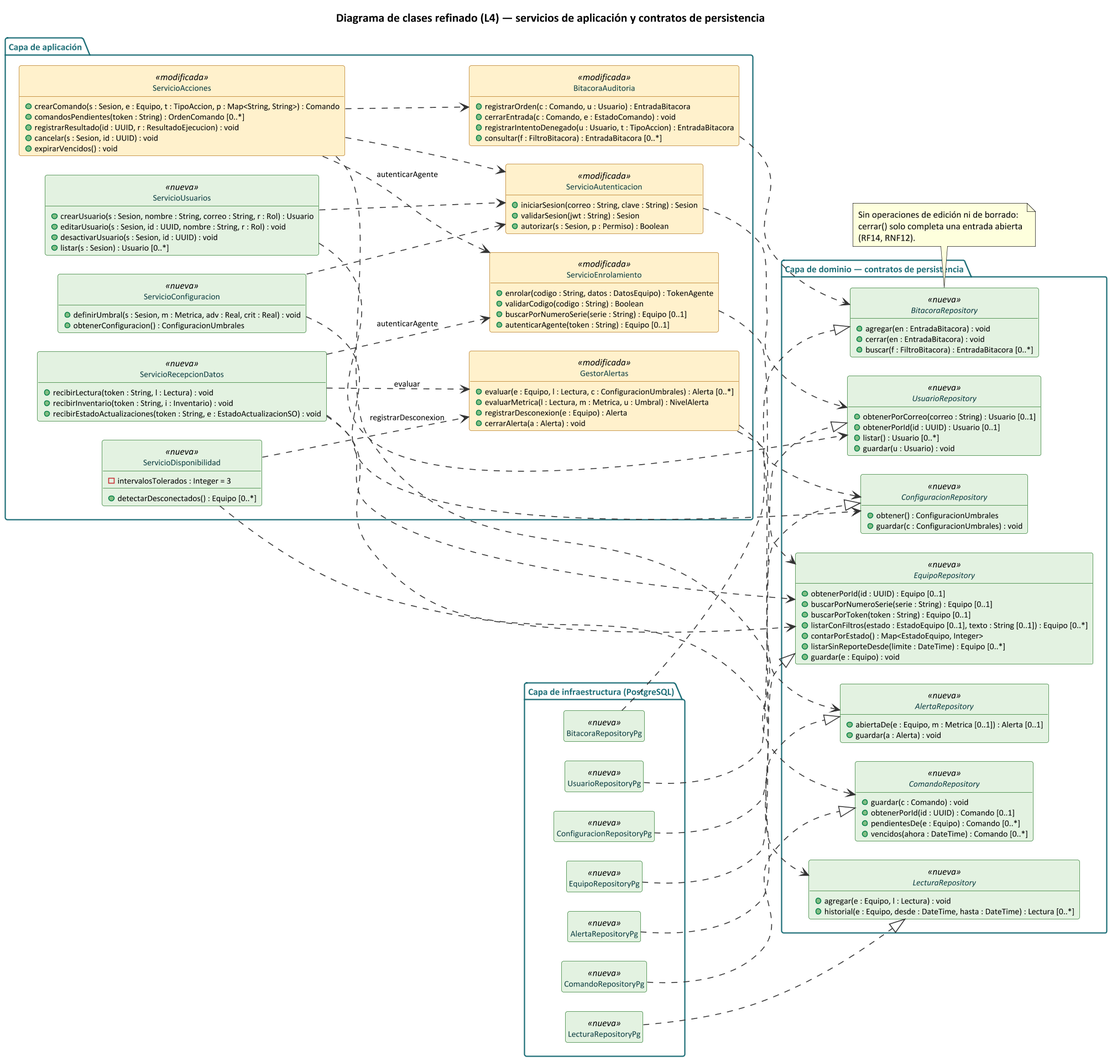
Above: docs/uml/clases_aplicacion_l4.png in gazpel/SentinelaTI (PlantUML), before the change. The source it was exported from:
```plantuml
@startuml clases_aplicacion_l4
hide circle
hide empty members
skinparam dpi 150
skinparam shadowing false
skinparam defaultFontName Calibri
skinparam defaultFontSize 11
skinparam nodesep 22
skinparam ranksep 55
skinparam ArrowColor #333333
skinparam ArrowFontSize 10
skinparam class {
  BackgroundColor #EAF4F5
  BorderColor #1F6F78
  FontColor #0B3C40
  AttributeFontSize 10
  BackgroundColor<<modificada>> #FFF1CC
  BorderColor<<modificada>> #B7791F
  BackgroundColor<<nueva>> #E3F2E1
  BorderColor<<nueva>> #2F7D32
}
skinparam package {
  BackgroundColor #FFFFFF
  BorderColor #1F6F78
  FontColor #1F6F78
}

left to right direction
title Diagrama de clases refinado (L4) — servicios de aplicación y contratos de persistencia

package "Capa de aplicación" {
  class ServicioAutenticacion <<modificada>> {
    + iniciarSesion(correo : String, clave : String) : Sesion
    + validarSesion(jwt : String) : Sesion
    + autorizar(s : Sesion, p : Permiso) : Boolean
  }
  class ServicioUsuarios <<nueva>> {
    + crearUsuario(s : Sesion, nombre : String, correo : String, r : Rol) : Usuario
    + editarUsuario(s : Sesion, id : UUID, nombre : String, r : Rol) : void
    + desactivarUsuario(s : Sesion, id : UUID) : void
    + listar(s : Sesion) : Usuario [0..*]
  }
  class ServicioConfiguracion <<nueva>> {
    + definirUmbral(s : Sesion, m : Metrica, adv : Real, crit : Real) : void
    + obtenerConfiguracion() : ConfiguracionUmbrales
  }
  class ServicioEnrolamiento <<modificada>> {
    + enrolar(codigo : String, datos : DatosEquipo) : TokenAgente
    + validarCodigo(codigo : String) : Boolean
    + buscarPorNumeroSerie(serie : String) : Equipo [0..1]
    + autenticarAgente(token : String) : Equipo [0..1]
  }
  class ServicioRecepcionDatos <<nueva>> {
    + recibirLectura(token : String, l : Lectura) : void
    + recibirInventario(token : String, i : Inventario) : void
    + recibirEstadoActualizaciones(token : String, e : EstadoActualizacionSO) : void
  }
  class ServicioDisponibilidad <<nueva>> {
    - intervalosTolerados : Integer = 3
    + detectarDesconectados() : Equipo [0..*]
  }
  class GestorAlertas <<modificada>> {
    + evaluar(e : Equipo, l : Lectura, c : ConfiguracionUmbrales) : Alerta [0..*]
    + evaluarMetrica(l : Lectura, m : Metrica, u : Umbral) : NivelAlerta
    + registrarDesconexion(e : Equipo) : Alerta
    + cerrarAlerta(a : Alerta) : void
  }
  class ServicioAcciones <<modificada>> {
    + crearComando(s : Sesion, e : Equipo, t : TipoAccion, p : Map<String, String>) : Comando
    + comandosPendientes(token : String) : OrdenComando [0..*]
    + registrarResultado(id : UUID, r : ResultadoEjecucion) : void
    + cancelar(s : Sesion, id : UUID) : void
    + expirarVencidos() : void
  }
  class BitacoraAuditoria <<modificada>> {
    + registrarOrden(c : Comando, u : Usuario) : EntradaBitacora
    + cerrarEntrada(c : Comando, e : EstadoComando) : void
    + registrarIntentoDenegado(u : Usuario, t : TipoAccion) : EntradaBitacora
    + consultar(f : FiltroBitacora) : EntradaBitacora [0..*]
  }
}

package "Capa de dominio — contratos de persistencia" {
  interface EquipoRepository <<nueva>> {
    + obtenerPorId(id : UUID) : Equipo [0..1]
    + buscarPorNumeroSerie(serie : String) : Equipo [0..1]
    + buscarPorToken(token : String) : Equipo [0..1]
    + listarConFiltros(estado : EstadoEquipo [0..1], texto : String [0..1]) : Equipo [0..*]
    + contarPorEstado() : Map<EstadoEquipo, Integer>
    + listarSinReporteDesde(limite : DateTime) : Equipo [0..*]
    + guardar(e : Equipo) : void
  }
  interface LecturaRepository <<nueva>> {
    + agregar(e : Equipo, l : Lectura) : void
    + historial(e : Equipo, desde : DateTime, hasta : DateTime) : Lectura [0..*]
  }
  interface ComandoRepository <<nueva>> {
    + guardar(c : Comando) : void
    + obtenerPorId(id : UUID) : Comando [0..1]
    + pendientesDe(e : Equipo) : Comando [0..*]
    + vencidos(ahora : DateTime) : Comando [0..*]
  }
  interface UsuarioRepository <<nueva>> {
    + obtenerPorCorreo(correo : String) : Usuario [0..1]
    + obtenerPorId(id : UUID) : Usuario [0..1]
    + listar() : Usuario [0..*]
    + guardar(u : Usuario) : void
  }
  interface AlertaRepository <<nueva>> {
    + abiertaDe(e : Equipo, m : Metrica [0..1]) : Alerta [0..1]
    + guardar(a : Alerta) : void
  }
  interface ConfiguracionRepository <<nueva>> {
    + obtener() : ConfiguracionUmbrales
    + guardar(c : ConfiguracionUmbrales) : void
  }
  interface BitacoraRepository <<nueva>> {
    + agregar(en : EntradaBitacora) : void
    + cerrar(en : EntradaBitacora) : void
    + buscar(f : FiltroBitacora) : EntradaBitacora [0..*]
  }
}

package "Capa de infraestructura (PostgreSQL)" {
  class EquipoRepositoryPg <<nueva>>
  class LecturaRepositoryPg <<nueva>>
  class ComandoRepositoryPg <<nueva>>
  class UsuarioRepositoryPg <<nueva>>
  class AlertaRepositoryPg <<nueva>>
  class ConfiguracionRepositoryPg <<nueva>>
  class BitacoraRepositoryPg <<nueva>>
}

EquipoRepositoryPg ..|> EquipoRepository
LecturaRepositoryPg ..|> LecturaRepository
ComandoRepositoryPg ..|> ComandoRepository
UsuarioRepositoryPg ..|> UsuarioRepository
AlertaRepositoryPg ..|> AlertaRepository
ConfiguracionRepositoryPg ..|> ConfiguracionRepository
BitacoraRepositoryPg ..|> BitacoraRepository

ServicioAutenticacion ..> UsuarioRepository
ServicioUsuarios ..> ServicioAutenticacion
ServicioUsuarios ..> UsuarioRepository
ServicioConfiguracion ..> ServicioAutenticacion
ServicioConfiguracion ..> ConfiguracionRepository
ServicioEnrolamiento ..> EquipoRepository
ServicioRecepcionDatos ..> ServicioEnrolamiento : autenticarAgente
ServicioRecepcionDatos ..> EquipoRepository
ServicioRecepcionDatos ..> LecturaRepository
ServicioRecepcionDatos ..> GestorAlertas : evaluar
ServicioDisponibilidad ..> EquipoRepository
ServicioDisponibilidad ..> GestorAlertas : registrarDesconexion
GestorAlertas ..> AlertaRepository
GestorAlertas ..> ConfiguracionRepository
ServicioAcciones ..> ServicioAutenticacion
ServicioAcciones ..> ServicioEnrolamiento : autenticarAgente
ServicioAcciones ..> ComandoRepository
ServicioAcciones ..> BitacoraAuditoria
BitacoraAuditoria ..> BitacoraRepository

note bottom of BitacoraRepository
  Sin operaciones de edición ni de borrado:
  cerrar() solo completa una entrada abierta
  (RF14, RNF12).
end note
@enduml
```
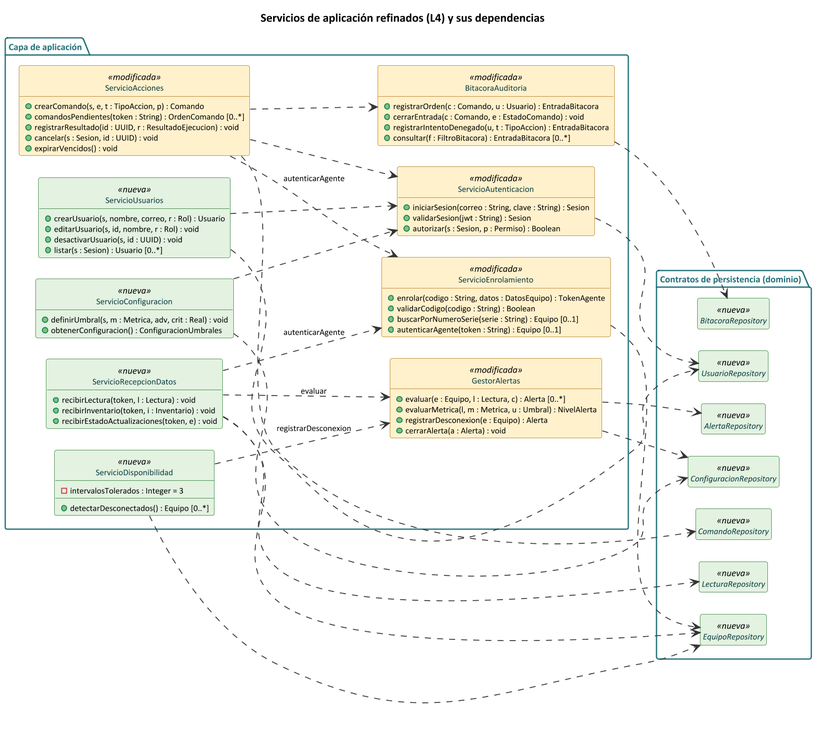
The same file after the commit.

The edit, as a diff of the source:
```diff
@@ -1,32 +1,9 @@
 @startuml clases_aplicacion_l4
-hide circle
-hide empty members
-skinparam dpi 150
-skinparam shadowing false
-skinparam defaultFontName Calibri
-skinparam defaultFontSize 11
-skinparam nodesep 22
-skinparam ranksep 55
-skinparam ArrowColor #333333
-skinparam ArrowFontSize 10
-skinparam class {
-  BackgroundColor #EAF4F5
-  BorderColor #1F6F78
-  FontColor #0B3C40
-  AttributeFontSize 10
-  BackgroundColor<<modificada>> #FFF1CC
-  BorderColor<<modificada>> #B7791F
-  BackgroundColor<<nueva>> #E3F2E1
-  BorderColor<<nueva>> #2F7D32
-}
-skinparam package {
-  BackgroundColor #FFFFFF
-  BorderColor #1F6F78
-  FontColor #1F6F78
-}
+!include estilo_clases_l4.iuml
+skinparam ranksep 60
+left to right direction
 
-left to right direction
-title Diagrama de clases refinado (L4) — servicios de aplicación y contratos de persistencia
+title Servicios de aplicación refinados (L4) y sus dependencias
 
 package "Capa de aplicación" {
   class ServicioAutenticacion <<modificada>> {
@@ -35,13 +12,13 @@
     + autorizar(s : Sesion, p : Permiso) : Boolean
   }
   class ServicioUsuarios <<nueva>> {
-    + crearUsuario(s : Sesion, nombre : String, correo : String, r : Rol) : Usuario
-    + editarUsuario(s : Sesion, id : UUID, nombre : String, r : Rol) : void
-    + desactivarUsuario(s : Sesion, id : UUID) : void
+    + crearUsuario(s, nombre, correo, r : Rol) : Usuario
+    + editarUsuario(s, id, nombre, r : Rol) : void
+    + desactivarUsuario(s, id : UUID) : void
     + listar(s : Sesion) : Usuario [0..*]
   }
   class ServicioConfiguracion <<nueva>> {
-    + definirUmbral(s : Sesion, m : Metrica, adv : Real, crit : Real) : void
+    + definirUmbral(s, m : Metrica, adv, crit : Real) : void
     + obtenerConfiguracion() : ConfiguracionUmbrales
   }
   class ServicioEnrolamiento <<modificada>> {
@@ -51,22 +28,22 @@
     + autenticarAgente(token : String) : Equipo [0..1]
   }
   class ServicioRecepcionDatos <<nueva>> {
-    + recibirLectura(token : String, l : Lectura) : void
-    + recibirInventario(token : String, i : Inventario) : void
-    + recibirEstadoActualizaciones(token : String, e : EstadoActualizacionSO) : void
+    + recibirLectura(token, l : Lectura) : void
+    + recibirInventario(token, i : Inventario) : void
+    + recibirEstadoActualizaciones(token, e) : void
   }
   class ServicioDisponibilidad <<nueva>> {
     - intervalosTolerados : Integer = 3
     + detectarDesconectados() : Equipo [0..*]
   }
   class GestorAlertas <<modificada>> {
-    + evaluar(e : Equipo, l : Lectura, c : ConfiguracionUmbrales) : Alerta [0..*]
-    + evaluarMetrica(l : Lectura, m : Metrica, u : Umbral) : NivelAlerta
+    + evaluar(e : Equipo, l : Lectura, c) : Alerta [0..*]
+    + evaluarMetrica(l, m : Metrica, u : Umbral) : NivelAlerta
     + registrarDesconexion(e : Equipo) : Alerta
     + cerrarAlerta(a : Alerta) : void
   }
   class ServicioAcciones <<modificada>> {
-    + crearComando(s : Sesion, e : Equipo, t : TipoAccion, p : Map<String, String>) : Comando
+    + crearComando(s, e, t : TipoAccion, p) : Comando
     + comandosPendientes(token : String) : OrdenComando [0..*]
     + registrarResultado(id : UUID, r : ResultadoEjecucion) : void
     + cancelar(s : Sesion, id : UUID) : void
@@ -75,93 +52,39 @@
   class BitacoraAuditoria <<modificada>> {
     + registrarOrden(c : Comando, u : Usuario) : EntradaBitacora
     + cerrarEntrada(c : Comando, e : EstadoComando) : void
-    + registrarIntentoDenegado(u : Usuario, t : TipoAccion) : EntradaBitacora
+    + registrarIntentoDenegado(u, t : TipoAccion) : EntradaBitacora
     + consultar(f : FiltroBitacora) : EntradaBitacora [0..*]
   }
 }
 
-package "Capa de dominio — contratos de persistencia" {
-  interface EquipoRepository <<nueva>> {
-    + obtenerPorId(id : UUID) : Equipo [0..1]
-    + buscarPorNumeroSerie(serie : String) : Equipo [0..1]
-    + buscarPorToken(token : String) : Equipo [0..1]
-    + listarConFiltros(estado : EstadoEquipo [0..1], texto : String [0..1]) : Equipo [0..*]
-    + contarPorEstado() : Map<EstadoEquipo, Integer>
-    + listarSinReporteDesde(limite : DateTime) : Equipo [0..*]
-    + guardar(e : Equipo) : void
-  }
-  interface LecturaRepository <<nueva>> {
-    + agregar(e : Equipo, l : Lectura) : void
-    + historial(e : Equipo, desde : DateTime, hasta : DateTime) : Lectura [0..*]
-  }
-  interface ComandoRepository <<nueva>> {
-    + guardar(c : Comando) : void
-    + obtenerPorId(id : UUID) : Comando [0..1]
-    + pendientesDe(e : Equipo) : Comando [0..*]
-    + vencidos(ahora : DateTime) : Comando [0..*]
-  }
-  interface UsuarioRepository <<nueva>> {
-    + obtenerPorCorreo(correo : String) : Usuario [0..1]
-    + obtenerPorId(id : UUID) : Usuario [0..1]
-    + listar() : Usuario [0..*]
-    + guardar(u : Usuario) : void
-  }
-  interface AlertaRepository <<nueva>> {
-    + abiertaDe(e : Equipo, m : Metrica [0..1]) : Alerta [0..1]
-    + guardar(a : Alerta) : void
-  }
-  interface ConfiguracionRepository <<nueva>> {
-    + obtener() : ConfiguracionUmbrales
-    + guardar(c : ConfiguracionUmbrales) : void
-  }
-  interface BitacoraRepository <<nueva>> {
-    + agregar(en : EntradaBitacora) : void
-    + cerrar(en : EntradaBitacora) : void
-    + buscar(f : FiltroBitacora) : EntradaBitacora [0..*]
-  }
+package "Contratos de persistencia (dominio)" {
+  interface UsuarioRepository <<nueva>>
+  interface ConfiguracionRepository <<nueva>>
+  interface EquipoRepository <<nueva>>
+  interface LecturaRepository <<nueva>>
+  interface AlertaRepository <<nueva>>
+  interface ComandoRepository <<nueva>>
+  interface BitacoraRepository <<nueva>>
 }
 
-package "Capa de infraestructura (PostgreSQL)" {
-  class EquipoRepositoryPg <<nueva>>
-  class LecturaRepositoryPg <<nueva>>
-  class ComandoRepositoryPg <<nueva>>
-  class UsuarioRepositoryPg <<nueva>>
-  class AlertaRepositoryPg <<nueva>>
-  class ConfiguracionRepositoryPg <<nueva>>
-  class BitacoraRepositoryPg <<nueva>>
-}
-
-EquipoRepositoryPg ..|> EquipoRepository
-LecturaRepositoryPg ..|> LecturaRepository
-ComandoRepositoryPg ..|> ComandoRepository
-UsuarioRepositoryPg ..|> UsuarioRepository
-AlertaRepositoryPg ..|> AlertaRepository
-ConfiguracionRepositoryPg ..|> ConfiguracionRepository
-BitacoraRepositoryPg ..|> BitacoraRepository
+ServicioUsuarios ..> ServicioAutenticacion
+ServicioConfiguracion ..> ServicioAutenticacion
+ServicioAcciones ..> ServicioAutenticacion
+ServicioRecepcionDatos ..> ServicioEnrolamiento : autenticarAgente
+ServicioAcciones ..> ServicioEnrolamiento : autenticarAgente
+ServicioRecepcionDatos ..> GestorAlertas : evaluar
+ServicioDisponibilidad ..> GestorAlertas : registrarDesconexion
+ServicioAcciones ..> BitacoraAuditoria
 
 ServicioAutenticacion ..> UsuarioRepository
-ServicioUsuarios ..> ServicioAutenticacion
 ServicioUsuarios ..> UsuarioRepository
-ServicioConfiguracion ..> ServicioAutenticacion
 ServicioConfiguracion ..> ConfiguracionRepository
+GestorAlertas ..> ConfiguracionRepository
 ServicioEnrolamiento ..> EquipoRepository
-ServicioRecepcionDatos ..> ServicioEnrolamiento : autenticarAgente
 ServicioRecepcionDatos ..> EquipoRepository
+ServicioDisponibilidad ..> EquipoRepository
 ServicioRecepcionDatos ..> LecturaRepository
-ServicioRecepcionDatos ..> GestorAlertas : evaluar
-ServicioDisponibilidad ..> EquipoRepository
-ServicioDisponibilidad ..> GestorAlertas : registrarDesconexion
 GestorAlertas ..> AlertaRepository
-GestorAlertas ..> ConfiguracionRepository
-ServicioAcciones ..> ServicioAutenticacion
-ServicioAcciones ..> ServicioEnrolamiento : autenticarAgente
 ServicioAcciones ..> ComandoRepository
-ServicioAcciones ..> BitacoraAuditoria
 BitacoraAuditoria ..> BitacoraRepository
-
-note bottom of BitacoraRepository
-  Sin operaciones de edición ni de borrado:
-  cerrar() solo completa una entrada abierta
-  (RF14, RNF12).
-end note
 @enduml
```
